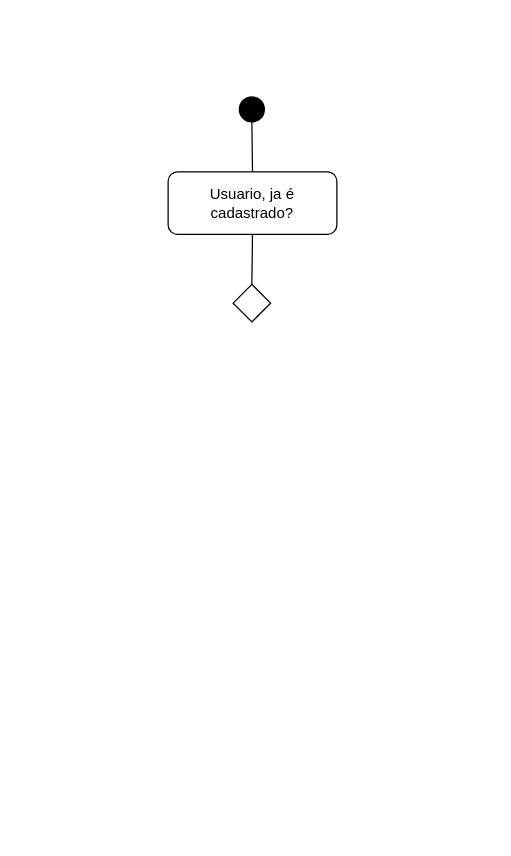
Thiago163/api_sistema_trienal keeps this draw.io diagram as UML.drawio. Above is the earlier version. Source tidied: cells renumbered, new cells numbered last; positions are measured from the earlier drawing's top-left corner, leaving out a move shared by most shapes. Both pictures are drawn from the tidied source at 125%, with x=0, y=0 at pixel (168, 96).
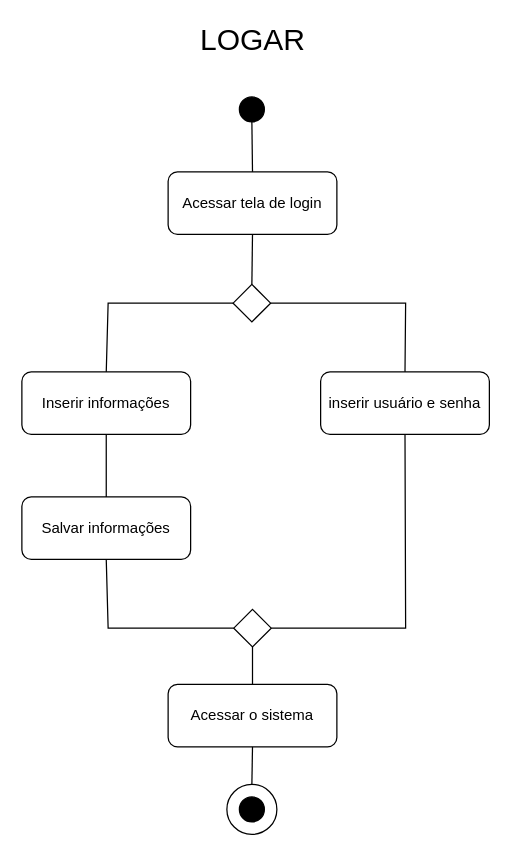
After the change.

The change refers to these unchanged cells:
```xml
<mxCell id="5" style="rhombus;whiteSpace=wrap;html=1;" parent="1" vertex="1">
  <mxGeometry x="52" y="150" width="30" height="30" as="geometry" />
</mxCell>
```

Diff of the diagram source:
```diff
@@
-    <mxCell id="3" value="Usuario, ja é cadastrado?" style="rounded=1;whiteSpace=wrap;html=1;" parent="1" vertex="1">
+    <mxCell id="3" value="Acessar tela de login" style="rounded=1;whiteSpace=wrap;html=1;" parent="1" vertex="1">
       <mxGeometry y="60" width="135" height="50" as="geometry" />
     </mxCell>
@@
+    <mxCell id="7" style="endArrow=none;html=1;rounded=0;exitX=1;exitY=0.5;exitDx=0;exitDy=0;entryX=0.5;entryY=0;entryDx=0;entryDy=0;" parent="1" edge="1" source="5" target="8">
+      <mxGeometry relative="1" as="geometry">
+        <Array as="points">
+          <mxPoint x="190" y="165" />
+        </Array>
+      </mxGeometry>
+    </mxCell>
+    <mxCell id="8" value="inserir usuário e senha" style="rounded=1;whiteSpace=wrap;html=1;" parent="1" vertex="1">
+      <mxGeometry x="122" y="220" width="135" height="50" as="geometry" />
+    </mxCell>
+    <mxCell id="9" value="Inserir informações" style="rounded=1;whiteSpace=wrap;html=1;" parent="1" vertex="1">
+      <mxGeometry x="-117" y="220" width="135" height="50" as="geometry" />
+    </mxCell>
+    <mxCell id="10" style="endArrow=none;html=1;rounded=0;entryX=0;entryY=0.5;entryDx=0;entryDy=0;exitX=0.5;exitY=0;exitDx=0;exitDy=0;" parent="1" edge="1" source="9" target="5">
+      <mxGeometry relative="1" as="geometry">
+        <Array as="points">
+          <mxPoint x="-48" y="165" />
+        </Array>
+      </mxGeometry>
+    </mxCell>
+    <mxCell id="11" style="endArrow=none;html=1;rounded=0;entryX=0.5;entryY=1;entryDx=0;entryDy=0;exitX=1;exitY=0.5;exitDx=0;exitDy=0;" parent="1" edge="1" source="15" target="8">
+      <mxGeometry relative="1" as="geometry">
+        <Array as="points">
+          <mxPoint x="190" y="425" />
+        </Array>
+      </mxGeometry>
+    </mxCell>
+    <mxCell id="12" value="Salvar informações" style="rounded=1;whiteSpace=wrap;html=1;" parent="1" vertex="1">
+      <mxGeometry x="-117" y="320" width="135" height="50" as="geometry" />
+    </mxCell>
+    <mxCell id="13" value="Acessar o sistema" style="rounded=1;whiteSpace=wrap;html=1;" parent="1" vertex="1">
+      <mxGeometry y="470" width="135" height="50" as="geometry" />
+    </mxCell>
+    <mxCell id="14" style="endArrow=none;html=1;rounded=0;entryX=0.5;entryY=1;entryDx=0;entryDy=0;exitX=0.5;exitY=0;exitDx=0;exitDy=0;" parent="1" edge="1" source="12" target="9">
+      <mxGeometry relative="1" as="geometry" />
+    </mxCell>
+    <mxCell id="15" style="rhombus;whiteSpace=wrap;html=1;" parent="1" vertex="1">
+      <mxGeometry x="52.5" y="410" width="30" height="30" as="geometry" />
+    </mxCell>
+    <mxCell id="16" style="endArrow=none;html=1;rounded=0;entryX=0.5;entryY=1;entryDx=0;entryDy=0;exitX=0;exitY=0.5;exitDx=0;exitDy=0;" parent="1" edge="1" source="15" target="12">
+      <mxGeometry relative="1" as="geometry">
+        <Array as="points">
+          <mxPoint x="-48" y="425" />
+        </Array>
+      </mxGeometry>
+    </mxCell>
+    <mxCell id="17" style="endArrow=none;html=1;rounded=0;entryX=0.5;entryY=1;entryDx=0;entryDy=0;exitX=0.5;exitY=0;exitDx=0;exitDy=0;" parent="1" edge="1" source="13" target="15">
+      <mxGeometry relative="1" as="geometry" />
+    </mxCell>
+    <mxCell id="18" style="ellipse;whiteSpace=wrap;html=1;" parent="1" vertex="1">
+      <mxGeometry x="47" y="550" width="40" height="40" as="geometry" />
+    </mxCell>
+    <mxCell id="19" style="ellipse;whiteSpace=wrap;html=1;fillColor=#000000;" parent="1" vertex="1">
+      <mxGeometry x="57" y="560" width="20" height="20" as="geometry" />
+    </mxCell>
+    <mxCell id="20" style="endArrow=none;html=1;rounded=0;entryX=0.5;entryY=1;entryDx=0;entryDy=0;exitX=0.5;exitY=0;exitDx=0;exitDy=0;" parent="1" edge="1" source="18" target="13">
+      <mxGeometry relative="1" as="geometry" />
+    </mxCell>
+    <mxCell id="21" value="&lt;font style=&quot;font-size: 24px;&quot;&gt;LOGAR&lt;/font&gt;" style="text;html=1;align=center;verticalAlign=middle;whiteSpace=wrap;rounded=0;" parent="1" vertex="1">
+      <mxGeometry x="37.5" y="-60" width="60" height="30" as="geometry" />
+    </mxCell>
```
